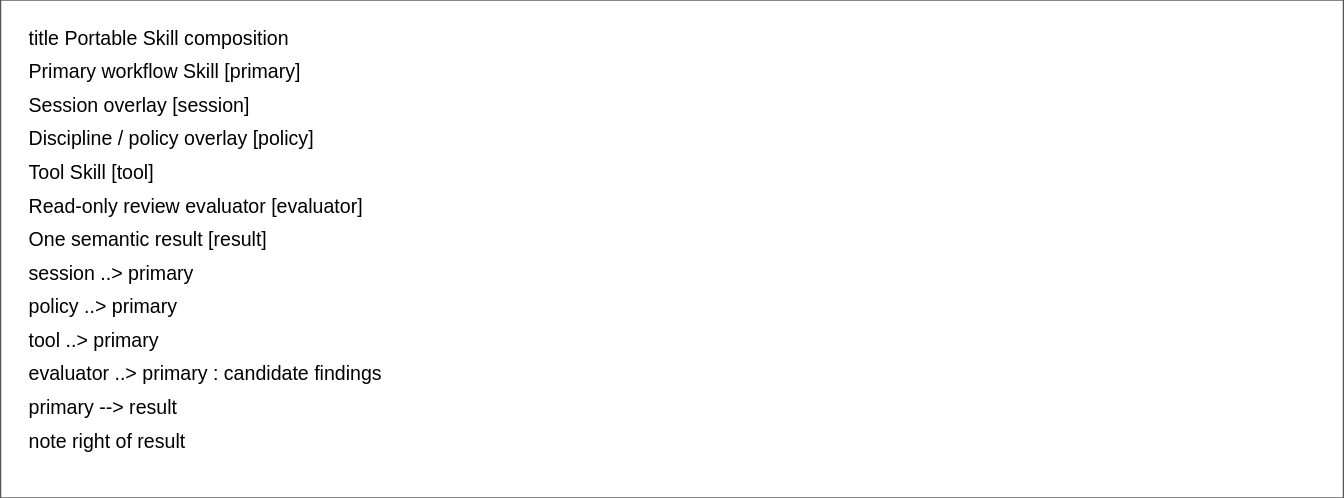
Above: docs/architecture/generated/skill-composition.svg in CsHeng/agent-skills (PlantUML), before the change. Its source is kept beside it as docs/architecture/diagrams/skill-composition.puml. Source of this version:
```plantuml
@startuml
title Portable Skill composition
top to bottom direction
rectangle "Primary workflow Skill" as primary
rectangle "Session overlay" as session
rectangle "Discipline / policy overlay" as policy
rectangle "Tool Skill" as tool
rectangle "Read-only review evaluator" as evaluator
rectangle "One semantic result" as result
session ..> primary
policy ..> primary
tool ..> primary
evaluator ..> primary : candidate findings
primary --> result
note right of result
No environment-specific execution contract.
end note
@enduml
```
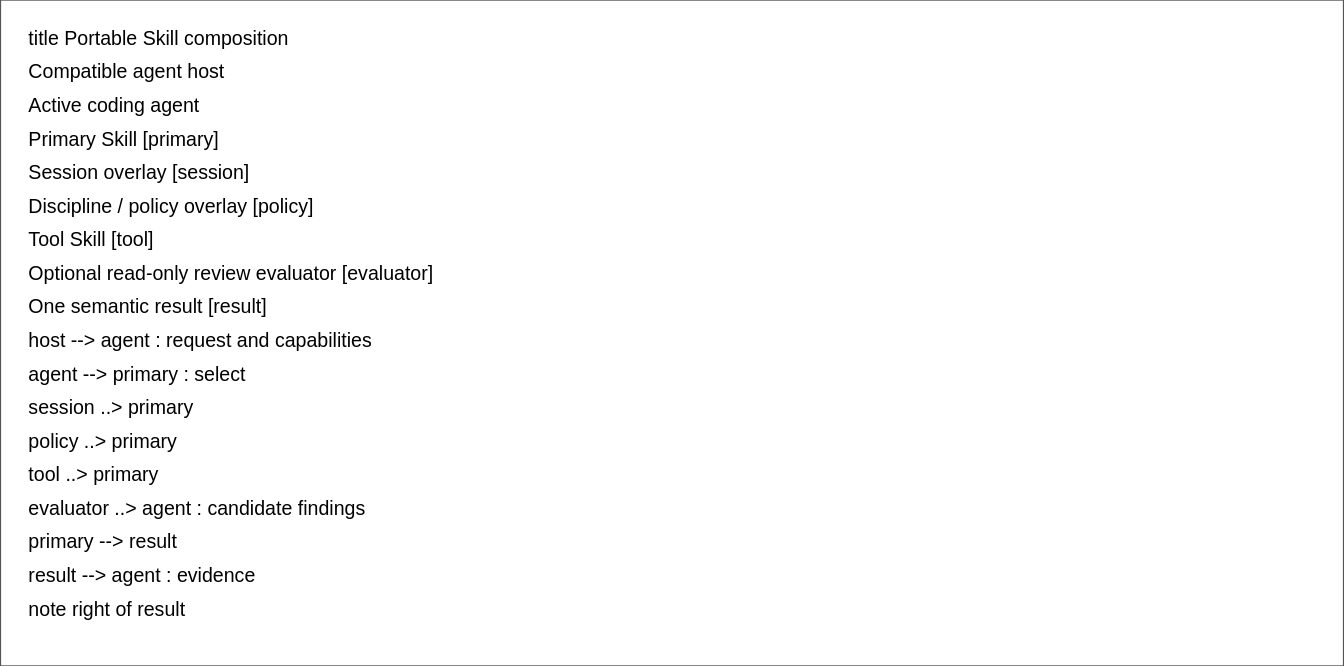
The same file after the commit.

The edit, as a diff of the source:
```diff
@@ -1,18 +1,25 @@
 @startuml
 title Portable Skill composition
 top to bottom direction
-rectangle "Primary workflow Skill" as primary
+rectangle "Compatible agent host
+(loop, tools, session)" as host
+rectangle "Active coding agent
+(selection and judgment)" as agent
+rectangle "Primary Skill" as primary
 rectangle "Session overlay" as session
 rectangle "Discipline / policy overlay" as policy
 rectangle "Tool Skill" as tool
-rectangle "Read-only review evaluator" as evaluator
+rectangle "Optional read-only review evaluator" as evaluator
 rectangle "One semantic result" as result
+host --> agent : request and capabilities
+agent --> primary : select
 session ..> primary
 policy ..> primary
 tool ..> primary
-evaluator ..> primary : candidate findings
+evaluator ..> agent : candidate findings
 primary --> result
+result --> agent : evidence
 note right of result
-No environment-specific execution contract.
+No fixed phase, runtime mode, or implicit review.
 end note
 @enduml
```
